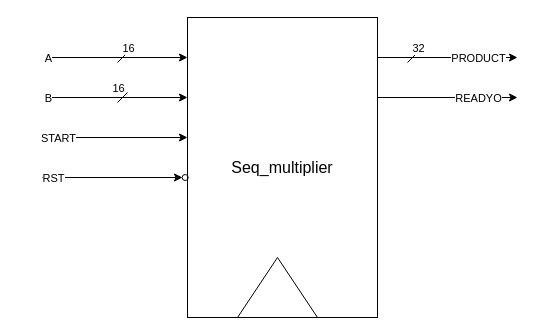
Earlier version of the draw.io diagram page "i/o" (1 of 3) of Moazzam/doc/Seq_multiplier_val_rd.drawio (medsuet/Xcelerium-IC-Design-Training). Source tidied: cells renumbered, new cells numbered last; positions are measured from the earlier drawing's top-left corner, leaving out a move shared by most shapes. Both pictures are drawn from the tidied source at 100%, with x=0, y=0 at pixel (42, 17).
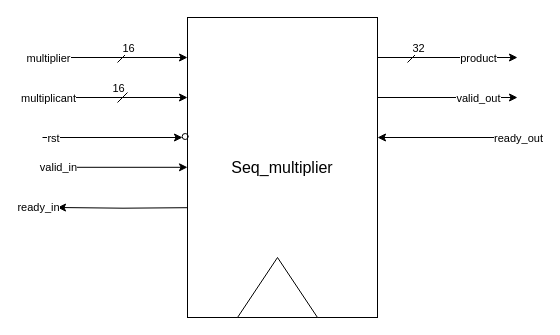
The same diagram, later.

Unchanged cells that the change refers to:
```xml
<mxCell id="4" style="endArrow=classic;html=1;rounded=0;" parent="1" edge="1">
  <mxGeometry relative="1" as="geometry">
    <mxPoint x="5" y="40" as="sourcePoint" />
    <mxPoint x="145" y="40" as="targetPoint" />
  </mxGeometry>
</mxCell>
<mxCell id="6" style="endArrow=classic;html=1;rounded=0;" parent="1" edge="1">
  <mxGeometry relative="1" as="geometry">
    <mxPoint x="5" y="80" as="sourcePoint" />
    <mxPoint x="145" y="80" as="targetPoint" />
  </mxGeometry>
</mxCell>
<mxCell id="10" style="endArrow=classic;html=1;rounded=0;" parent="1" edge="1">
  <mxGeometry relative="1" as="geometry">
    <mxPoint x="335" y="40" as="sourcePoint" />
    <mxPoint x="475" y="40" as="targetPoint" />
  </mxGeometry>
</mxCell>
<mxCell id="12" style="endArrow=classic;html=1;rounded=0;" parent="1" edge="1">
  <mxGeometry relative="1" as="geometry">
    <mxPoint x="335" y="80" as="sourcePoint" />
    <mxPoint x="475" y="80" as="targetPoint" />
  </mxGeometry>
</mxCell>
```

Diff of the diagram source:
```diff
@@
+    <mxCell id="24" style="edgeStyle=orthogonalEdgeStyle;rounded=0;orthogonalLoop=1;jettySize=auto;html=1;exitX=1;exitY=0.5;exitDx=0;exitDy=0;entryX=1;entryY=0.5;entryDx=0;entryDy=0;" parent="1" edge="1">
+      <mxGeometry relative="1" as="geometry">
+        <mxPoint x="475" y="120" as="sourcePoint" />
+        <mxPoint x="335" y="120" as="targetPoint" />
+      </mxGeometry>
+    </mxCell>
+    <mxCell id="25" style="edgeStyle=orthogonalEdgeStyle;rounded=0;orthogonalLoop=1;jettySize=auto;html=1;exitX=0;exitY=0.75;exitDx=0;exitDy=0;" parent="1" edge="1">
+      <mxGeometry relative="1" as="geometry">
+        <mxPoint x="145" y="190.2" as="sourcePoint" />
+        <mxPoint x="15" y="190" as="targetPoint" />
+      </mxGeometry>
+    </mxCell>
@@
-    <mxCell id="5" value="A" style="edgeLabel;html=1;align=center;verticalAlign=middle;" parent="4" vertex="1">
+    <mxCell id="5" value="multiplier" style="edgeLabel;html=1;align=center;verticalAlign=middle;" parent="4" vertex="1">
       <mxGeometry relative="1" as="geometry">
         <mxPoint x="-70" as="offset" />
       </mxGeometry>
     </mxCell>
@@
-    <mxCell id="7" value="B" style="edgeLabel;html=1;align=center;verticalAlign=middle;" parent="6" vertex="1">
+    <mxCell id="7" value="multiplicant" style="edgeLabel;html=1;align=center;verticalAlign=middle;" parent="6" vertex="1">
       <mxGeometry relative="1" as="geometry">
         <mxPoint x="-70" as="offset" />
       </mxGeometry>
     </mxCell>
     <mxCell id="8" style="endArrow=classic;html=1;rounded=0;" parent="1" edge="1">
       <mxGeometry relative="1" as="geometry">
-        <mxPoint x="5" y="120" as="sourcePoint" />
-        <mxPoint x="145" y="120" as="targetPoint" />
+        <mxPoint x="5" y="149.8" as="sourcePoint" />
+        <mxPoint x="145" y="149.8" as="targetPoint" />
       </mxGeometry>
     </mxCell>
-    <mxCell id="9" value="START" style="edgeLabel;html=1;align=center;verticalAlign=middle;" parent="8" vertex="1">
+    <mxCell id="9" value="valid_in" style="edgeLabel;html=1;align=center;verticalAlign=middle;" parent="8" vertex="1">
       <mxGeometry relative="1" as="geometry">
         <mxPoint x="-60" as="offset" />
       </mxGeometry>
     </mxCell>
+    <mxCell id="26" value="ready_in" style="edgeLabel;html=1;align=center;verticalAlign=middle;" parent="8" vertex="1">
+      <mxGeometry relative="1" as="geometry">
+        <mxPoint x="-80" y="40" as="offset" />
+      </mxGeometry>
+    </mxCell>
@@
-    <mxCell id="11" value="PRODUCT" style="edgeLabel;html=1;align=center;verticalAlign=middle;" parent="10" vertex="1">
+    <mxCell id="11" value="product" style="edgeLabel;html=1;align=center;verticalAlign=middle;" parent="10" vertex="1">
       <mxGeometry relative="1" as="geometry">
         <mxPoint x="30" as="offset" />
       </mxGeometry>
     </mxCell>
@@
-    <mxCell id="13" value="READYO" style="edgeLabel;html=1;align=center;verticalAlign=middle;" parent="12" vertex="1">
+    <mxCell id="13" value="valid_out" style="edgeLabel;html=1;align=center;verticalAlign=middle;" parent="12" vertex="1">
       <mxGeometry relative="1" as="geometry">
         <mxPoint x="30" as="offset" />
       </mxGeometry>
     </mxCell>
+    <mxCell id="27" value="ready_out" style="edgeLabel;html=1;align=center;verticalAlign=middle;" parent="12" vertex="1">
+      <mxGeometry relative="1" as="geometry">
+        <mxPoint x="70" y="40" as="offset" />
+      </mxGeometry>
+    </mxCell>
@@
     <mxCell id="21" style="endArrow=classic;html=1;rounded=0;" parent="1" edge="1">
       <mxGeometry relative="1" as="geometry">
-        <mxPoint y="160" as="sourcePoint" />
-        <mxPoint x="140" y="160" as="targetPoint" />
+        <mxPoint y="120" as="sourcePoint" />
+        <mxPoint x="140" y="120" as="targetPoint" />
       </mxGeometry>
     </mxCell>
-    <mxCell id="22" value="RST" style="edgeLabel;html=1;align=center;verticalAlign=middle;" parent="21" vertex="1">
+    <mxCell id="22" value="rst" style="edgeLabel;html=1;align=center;verticalAlign=middle;" parent="21" vertex="1">
       <mxGeometry relative="1" as="geometry">
         <mxPoint x="-60" as="offset" />
       </mxGeometry>
     </mxCell>
     <mxCell id="23" style="edgeStyle=orthogonalEdgeStyle;rounded=0;orthogonalLoop=1;jettySize=auto;html=1;exitX=0;exitY=0.5;exitDx=0;exitDy=0;entryX=-0.012;entryY=0.5;entryDx=0;entryDy=0;entryPerimeter=0;endArrow=oval;endFill=0;" parent="1" edge="1">
       <mxGeometry relative="1" as="geometry">
-        <mxPoint x="145" y="160" as="sourcePoint" />
-        <mxPoint x="142.7" y="160" as="targetPoint" />
+        <mxPoint x="145" y="119" as="sourcePoint" />
+        <mxPoint x="142.7" y="119" as="targetPoint" />
       </mxGeometry>
     </mxCell>
```
